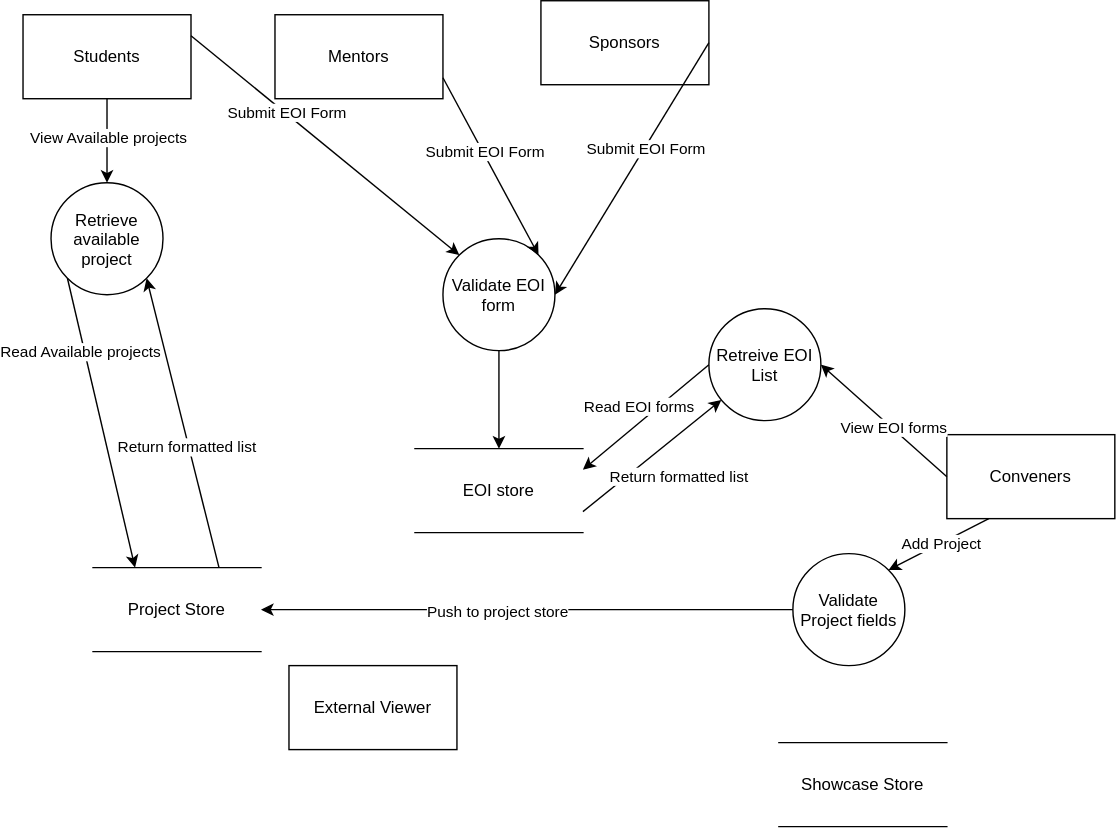
Earlier version of the draw.io export DFD.drawio.svg (sc-u3226864/9785_Group53B). Source tidied: cells renumbered, new cells last; positions are measured from the earlier drawing's top-left corner, leaving out a move shared by most shapes.
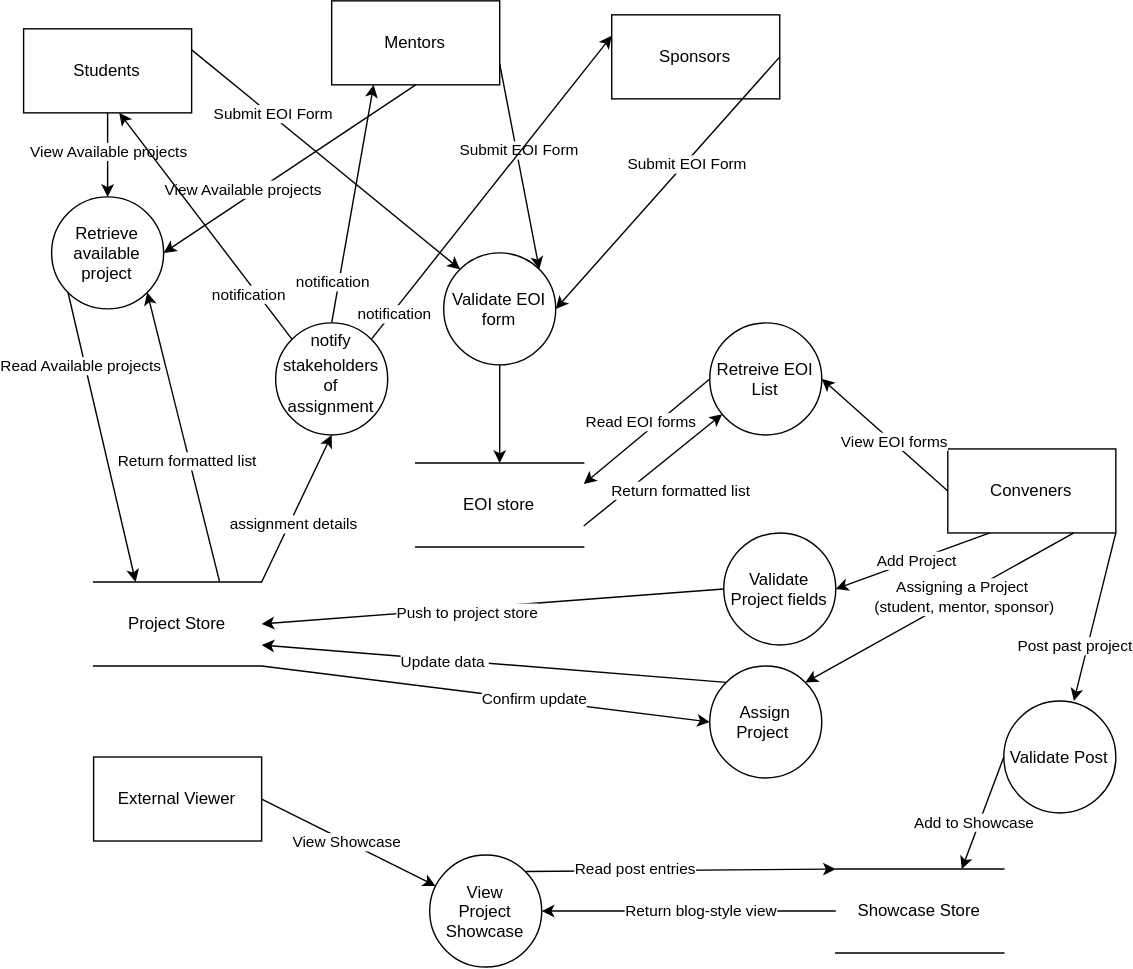
The same diagram one commit later.

Change to the diagram source:
```diff
@@ -6,7 +6,7 @@
       <mxGeometry y="10" width="120" height="60" as="geometry" />
     </mxCell>
     <mxCell id="3" value="Mentors" style="rounded=0;whiteSpace=wrap;html=1;" parent="1" vertex="1">
-      <mxGeometry x="180" y="10" width="120" height="60" as="geometry" />
+      <mxGeometry x="220" y="-10" width="120" height="60" as="geometry" />
     </mxCell>
     <mxCell id="4" value="Conveners" style="rounded=0;whiteSpace=wrap;html=1;" parent="1" vertex="1">
       <mxGeometry x="660" y="310" width="120" height="60" as="geometry" />
@@ -15,7 +15,9 @@
       <mxGeometry relative="1" as="geometry" />
     </mxCell>
     <mxCell id="6" value="Submit EOI Form&amp;nbsp;" style="edgeLabel;html=1;align=center;verticalAlign=middle;" parent="5" vertex="1">
-      <mxGeometry x="-0.28" y="2" relative="1" as="geometry" />
+      <mxGeometry x="-0.28" y="2" relative="1" as="geometry">
+        <mxPoint x="-10" y="-9" as="offset" />
+      </mxGeometry>
     </mxCell>
     <mxCell id="7" value="Validate EOI form" style="ellipse;whiteSpace=wrap;html=1;shapeInside=1;" parent="1" vertex="1">
       <mxGeometry x="300" y="170" width="80" height="80" as="geometry" />
@@ -62,10 +64,10 @@
       </mxGeometry>
     </mxCell>
     <mxCell id="19" value="Showcase Store" style="shape=partialRectangle;whiteSpace=wrap;html=1;left=0;right=0;fillColor=none;" parent="1" vertex="1">
-      <mxGeometry x="540" y="530" width="120" height="60" as="geometry" />
+      <mxGeometry x="580" y="610" width="120" height="60" as="geometry" />
     </mxCell>
     <mxCell id="20" value="External Viewer" style="rounded=0;whiteSpace=wrap;html=1;" parent="1" vertex="1">
-      <mxGeometry x="190" y="475" width="120" height="60" as="geometry" />
+      <mxGeometry x="50" y="530" width="120" height="60" as="geometry" />
     </mxCell>
     <mxCell id="21" style="rounded=0;jettySize=auto;html=1;exitX=0.75;exitY=0;exitDx=0;exitDy=0;entryX=1;entryY=1;entryDx=0;entryDy=0;" parent="1" edge="1" source="23" target="35">
       <mxGeometry relative="1" as="geometry" />
@@ -76,14 +78,14 @@
     <mxCell id="23" value="Project Store" style="shape=partialRectangle;whiteSpace=wrap;html=1;left=0;right=0;fillColor=none;" parent="1" vertex="1">
       <mxGeometry x="50" y="405" width="120" height="60" as="geometry" />
     </mxCell>
-    <mxCell id="24" style="endArrow=classic;html=1;rounded=0;exitX=0.25;exitY=1;exitDx=0;exitDy=0;entryX=1;entryY=0;entryDx=0;entryDy=0;" parent="1" edge="1" source="4" target="26">
+    <mxCell id="24" style="endArrow=classic;html=1;rounded=0;exitX=0.25;exitY=1;exitDx=0;exitDy=0;entryX=1;entryY=0.5;entryDx=0;entryDy=0;" parent="1" edge="1" source="4" target="26">
       <mxGeometry relative="1" as="geometry" />
     </mxCell>
     <mxCell id="25" value="Add Project" style="edgeLabel;html=1;align=center;verticalAlign=middle;" parent="24" vertex="1">
       <mxGeometry x="-0.04" relative="1" as="geometry" />
     </mxCell>
     <mxCell id="26" value="Validate Project fields" style="ellipse;whiteSpace=wrap;html=1;shapeInside=1;" parent="1" vertex="1">
-      <mxGeometry x="550" y="395" width="80" height="80" as="geometry" />
+      <mxGeometry x="500" y="370" width="80" height="80" as="geometry" />
     </mxCell>
     <mxCell id="27" style="endArrow=classic;html=1;rounded=0;exitX=0;exitY=0.5;exitDx=0;exitDy=0;entryX=1;entryY=0.5;entryDx=0;entryDy=0;" parent="1" edge="1" source="26" target="23">
       <mxGeometry relative="1" as="geometry" />
@@ -95,7 +97,7 @@
       <mxGeometry x="0.12" y="2" relative="1" as="geometry" />
     </mxCell>
     <mxCell id="30" value="Sponsors" style="rounded=0;whiteSpace=wrap;html=1;" parent="1" vertex="1">
-      <mxGeometry x="370" width="120" height="60" as="geometry" />
+      <mxGeometry x="420" width="120" height="60" as="geometry" />
     </mxCell>
     <mxCell id="31" style="endArrow=classic;html=1;rounded=0;entryX=1;entryY=0.5;entryDx=0;entryDy=0;exitX=1;exitY=0.5;exitDx=0;exitDy=0;" parent="1" edge="1" source="30" target="7">
       <mxGeometry relative="1" as="geometry" />
@@ -122,5 +124,117 @@
         <mxPoint x="-17" y="-57" as="offset" />
       </mxGeometry>
     </mxCell>
+    <mxCell id="38" style="endArrow=classic;html=1;rounded=0;exitX=0.5;exitY=1;exitDx=0;exitDy=0;entryX=1;entryY=0;entryDx=0;entryDy=0;" parent="1" edge="1" source="3">
+      <mxGeometry relative="1" as="geometry">
+        <mxPoint x="100" y="170" as="targetPoint" />
+      </mxGeometry>
+    </mxCell>
+    <mxCell id="39" value="View Available projects" style="edgeLabel;html=1;align=center;verticalAlign=middle;" parent="38" vertex="1">
+      <mxGeometry x="-0.11" relative="1" as="geometry">
+        <mxPoint x="-44" y="21" as="offset" />
+      </mxGeometry>
+    </mxCell>
+    <mxCell id="40" style="endArrow=classic;html=1;rounded=0;exitX=0.75;exitY=1;exitDx=0;exitDy=0;entryX=1;entryY=0;entryDx=0;entryDy=0;" parent="1" edge="1" source="4" target="42">
+      <mxGeometry relative="1" as="geometry" />
+    </mxCell>
+    <mxCell id="41" value="Assigning a Project&amp;nbsp;&lt;div&gt;(student, mentor, sponsor)&lt;/div&gt;" style="edgeLabel;html=1;align=center;verticalAlign=middle;" parent="40" vertex="1">
+      <mxGeometry x="-0.17" y="1" relative="1" as="geometry" />
+    </mxCell>
+    <mxCell id="42" value="Assign Project&amp;nbsp;" style="ellipse;whiteSpace=wrap;html=1;shapeInside=1;" parent="1" vertex="1">
+      <mxGeometry x="490" y="465" width="80" height="80" as="geometry" />
+    </mxCell>
+    <mxCell id="43" style="endArrow=classic;html=1;rounded=0;exitX=0;exitY=0;exitDx=0;exitDy=0;entryX=1;entryY=0.75;entryDx=0;entryDy=0;" parent="1" edge="1" source="42" target="23">
+      <mxGeometry relative="1" as="geometry" />
+    </mxCell>
+    <mxCell id="44" value="Update data&amp;nbsp;" style="edgeLabel;html=1;align=center;verticalAlign=middle;" parent="43" vertex="1">
+      <mxGeometry x="0.22" y="1" relative="1" as="geometry" />
+    </mxCell>
+    <mxCell id="45" style="endArrow=classic;html=1;rounded=0;exitX=1;exitY=1;exitDx=0;exitDy=0;entryX=0;entryY=0.5;entryDx=0;entryDy=0;" parent="1" edge="1" source="23" target="42">
+      <mxGeometry relative="1" as="geometry" />
+    </mxCell>
+    <mxCell id="46" value="Confirm update" style="edgeLabel;html=1;align=center;verticalAlign=middle;" parent="45" vertex="1">
+      <mxGeometry x="0.21" y="1" relative="1" as="geometry" />
+    </mxCell>
+    <mxCell id="47" value="notify stakeholders of assignment" style="ellipse;whiteSpace=wrap;html=1;shapeInside=1;" parent="1" vertex="1">
+      <mxGeometry x="180" y="220" width="80" height="80" as="geometry" />
+    </mxCell>
+    <mxCell id="48" style="endArrow=classic;html=1;rounded=0;entryX=0.5;entryY=1;entryDx=0;entryDy=0;exitX=1;exitY=0;exitDx=0;exitDy=0;" parent="1" edge="1" source="23" target="47">
+      <mxGeometry relative="1" as="geometry" />
+    </mxCell>
+    <mxCell id="49" value="assignment details" style="edgeLabel;html=1;align=center;verticalAlign=middle;" parent="48" vertex="1">
+      <mxGeometry x="-0.2" y="-2" relative="1" as="geometry" />
+    </mxCell>
+    <mxCell id="50" style="endArrow=classic;html=1;rounded=0;exitX=1;exitY=0;exitDx=0;exitDy=0;entryX=0;entryY=0.25;entryDx=0;entryDy=0;" parent="1" edge="1" source="47" target="30">
+      <mxGeometry relative="1" as="geometry" />
+    </mxCell>
+    <mxCell id="51" value="notification" style="edgeLabel;html=1;align=center;verticalAlign=middle;" parent="50" vertex="1">
+      <mxGeometry x="-0.83" relative="1" as="geometry">
+        <mxPoint y="1" as="offset" />
+      </mxGeometry>
+    </mxCell>
+    <mxCell id="52" style="endArrow=classic;html=1;rounded=0;exitX=0.5;exitY=0;exitDx=0;exitDy=0;entryX=0.25;entryY=1;entryDx=0;entryDy=0;" parent="1" edge="1" source="47" target="3">
+      <mxGeometry relative="1" as="geometry" />
+    </mxCell>
+    <mxCell id="53" value="notification" style="edgeLabel;html=1;align=center;verticalAlign=middle;" parent="52" vertex="1">
+      <mxGeometry x="-0.83" relative="1" as="geometry">
+        <mxPoint x="-3" y="-15" as="offset" />
+      </mxGeometry>
+    </mxCell>
+    <mxCell id="54" style="endArrow=classic;html=1;rounded=0;exitX=0;exitY=0;exitDx=0;exitDy=0;entryX=0.75;entryY=1;entryDx=0;entryDy=0;" parent="1" edge="1" source="47">
+      <mxGeometry relative="1" as="geometry">
+        <mxPoint x="68.3" y="70" as="targetPoint" />
+      </mxGeometry>
+    </mxCell>
+    <mxCell id="55" value="notification" style="edgeLabel;html=1;align=center;verticalAlign=middle;" parent="54" vertex="1">
+      <mxGeometry x="-0.83" relative="1" as="geometry">
+        <mxPoint x="-21" y="-18" as="offset" />
+      </mxGeometry>
+    </mxCell>
+    <mxCell id="56" style="endArrow=classic;html=1;rounded=0;exitX=1;exitY=1;exitDx=0;exitDy=0;" parent="1" edge="1" source="4">
+      <mxGeometry relative="1" as="geometry">
+        <mxPoint x="750" y="490" as="targetPoint" />
+      </mxGeometry>
+    </mxCell>
+    <mxCell id="57" value="Post past project" style="edgeLabel;html=1;align=center;verticalAlign=middle;" parent="56" vertex="1">
+      <mxGeometry x="0.15" y="-3" relative="1" as="geometry">
+        <mxPoint x="-10" y="11" as="offset" />
+      </mxGeometry>
+    </mxCell>
+    <mxCell id="58" value="Validate Post" style="ellipse;whiteSpace=wrap;html=1;shapeInside=1;" parent="1" vertex="1">
+      <mxGeometry x="700" y="490" width="80" height="80" as="geometry" />
+    </mxCell>
+    <mxCell id="59" style="endArrow=classic;html=1;rounded=0;exitX=0;exitY=0.5;exitDx=0;exitDy=0;entryX=0.75;entryY=0;entryDx=0;entryDy=0;" parent="1" edge="1" source="58" target="19">
+      <mxGeometry relative="1" as="geometry" />
+    </mxCell>
+    <mxCell id="60" value="Add to Showcase" style="edgeLabel;html=1;align=center;verticalAlign=middle;" parent="59" vertex="1">
+      <mxGeometry x="0.19" y="-3" relative="1" as="geometry">
+        <mxPoint x="-1" as="offset" />
+      </mxGeometry>
+    </mxCell>
+    <mxCell id="61" value="View Project Showcase" style="ellipse;whiteSpace=wrap;html=1;shapeInside=1;" parent="1" vertex="1">
+      <mxGeometry x="290" y="600" width="80" height="80" as="geometry" />
+    </mxCell>
+    <mxCell id="62" style="endArrow=classic;html=1;rounded=0;exitX=0;exitY=0.5;exitDx=0;exitDy=0;entryX=1;entryY=0.5;entryDx=0;entryDy=0;" parent="1" edge="1" source="19" target="61">
+      <mxGeometry relative="1" as="geometry" />
+    </mxCell>
+    <mxCell id="63" value="Return blog-style view" style="edgeLabel;html=1;align=center;verticalAlign=middle;" parent="62" vertex="1">
+      <mxGeometry x="-0.08" y="-1" relative="1" as="geometry" />
+    </mxCell>
+    <mxCell id="64" style="endArrow=classic;html=1;rounded=0;exitX=1;exitY=0.5;exitDx=0;exitDy=0;" parent="1" edge="1" source="20" target="61">
+      <mxGeometry relative="1" as="geometry" />
+    </mxCell>
+    <mxCell id="65" value="View Showcase" style="edgeLabel;html=1;align=center;verticalAlign=middle;" parent="64" vertex="1">
+      <mxGeometry x="-0.29" y="1" relative="1" as="geometry">
+        <mxPoint x="15" y="9" as="offset" />
+      </mxGeometry>
+    </mxCell>
+    <mxCell id="66" style="endArrow=classic;html=1;rounded=0;exitX=1;exitY=0;exitDx=0;exitDy=0;entryX=0;entryY=0;entryDx=0;entryDy=0;" parent="1" edge="1" source="61" target="19">
+      <mxGeometry relative="1" as="geometry" />
+    </mxCell>
+    <mxCell id="67" value="Read post entries" style="edgeLabel;html=1;align=center;verticalAlign=middle;" parent="66" vertex="1">
+      <mxGeometry x="-0.29" y="2" relative="1" as="geometry">
+        <mxPoint x="-1" as="offset" />
+      </mxGeometry>
+    </mxCell>
   </root>
 </mxGraphModel>
```
